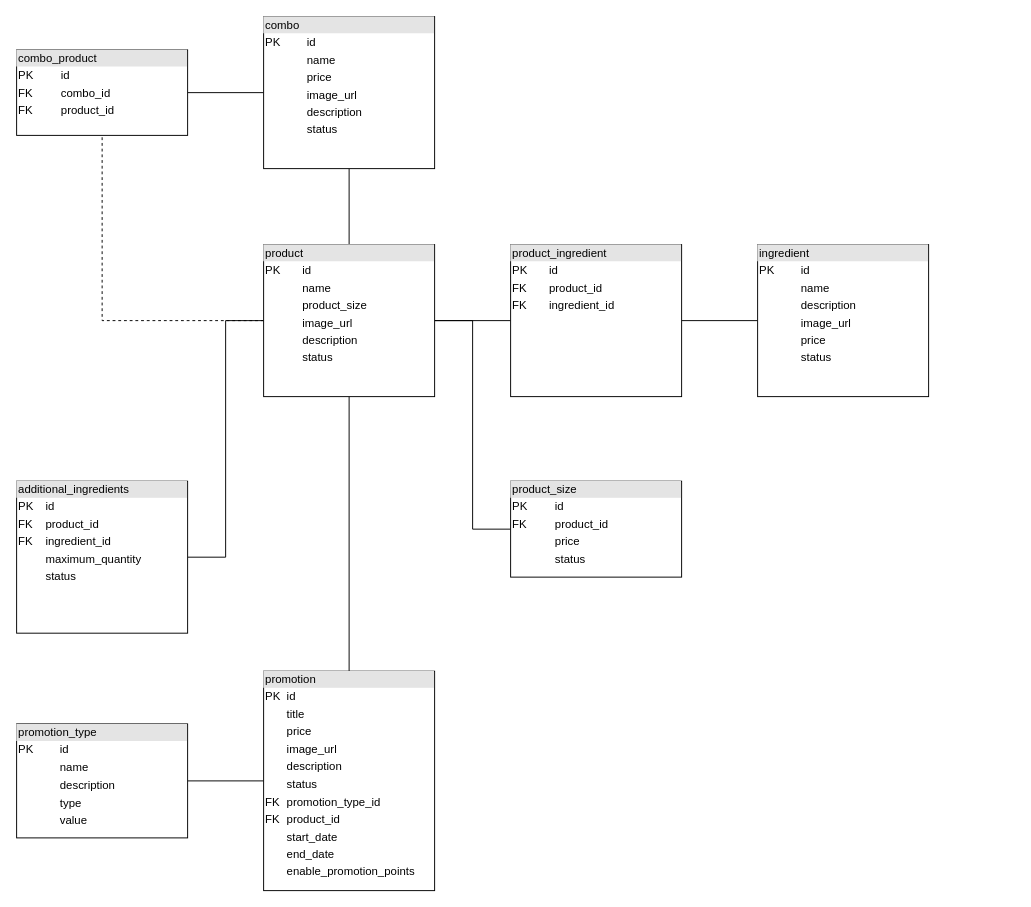
Before: page "Products" (2 of 3) of docs/data-modeling/data_modeling.drawio in doda-s/nippon-ten, a draw.io diagram. Source tidied: cells renumbered, new cells numbered last; positions are measured from the earlier drawing's top-left corner, leaving out a move shared by most shapes. Both pictures are drawn from the tidied source at 95%, with x=0, y=0 at pixel (-12, -50).
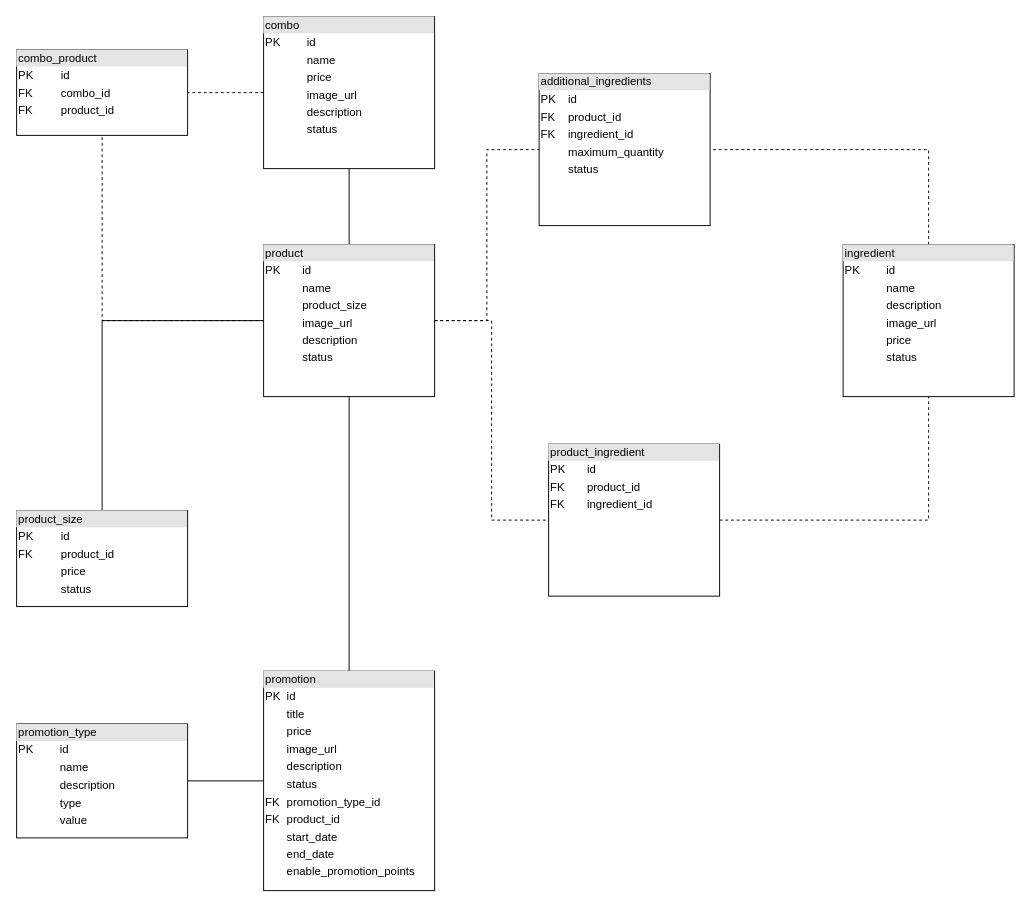
Above is the later version.

Commit message (it also covers changes not shown here):
docs: update data modeling

The change refers to these unchanged cells:
```xml
<mxCell id="8" value="&lt;div style=&quot;box-sizing: border-box; width: 100%; background: rgb(228, 228, 228); padding: 2px;&quot;&gt;product&lt;/div&gt;&lt;table style=&quot;width:100%;font-size:1em;&quot; cellpadding=&quot;2&quot; cellspacing=&quot;0&quot;&gt;&lt;tbody&gt;&lt;tr&gt;&lt;td&gt;PK&lt;/td&gt;&lt;td&gt;id&lt;/td&gt;&lt;/tr&gt;&lt;tr&gt;&lt;td&gt;&lt;br&gt;&lt;/td&gt;&lt;td&gt;name&lt;/td&gt;&lt;/tr&gt;&lt;tr&gt;&lt;td&gt;&lt;/td&gt;&lt;td&gt;product_size&lt;/td&gt;&lt;/tr&gt;&lt;tr&gt;&lt;td&gt;&lt;br&gt;&lt;/td&gt;&lt;td&gt;image_url&lt;/td&gt;&lt;/tr&gt;&lt;tr&gt;&lt;td&gt;&lt;br&gt;&lt;/td&gt;&lt;td&gt;description&lt;/td&gt;&lt;/tr&gt;&lt;tr&gt;&lt;td&gt;&lt;br&gt;&lt;/td&gt;&lt;td&gt;status&lt;/td&gt;&lt;/tr&gt;&lt;/tbody&gt;&lt;/table&gt;" style="verticalAlign=top;align=left;overflow=fill;html=1;whiteSpace=wrap;" parent="1" vertex="1">
  <mxGeometry x="290" y="310" width="180" height="160" as="geometry" />
</mxCell>
<mxCell id="17" value="&lt;div style=&quot;box-sizing: border-box; width: 100%; background: rgb(228, 228, 228); padding: 2px;&quot;&gt;combo&lt;/div&gt;&lt;table style=&quot;width:100%;font-size:1em;&quot; cellpadding=&quot;2&quot; cellspacing=&quot;0&quot;&gt;&lt;tbody&gt;&lt;tr&gt;&lt;td&gt;PK&lt;/td&gt;&lt;td&gt;id&lt;/td&gt;&lt;/tr&gt;&lt;tr&gt;&lt;td&gt;&lt;br&gt;&lt;/td&gt;&lt;td&gt;name&lt;/td&gt;&lt;/tr&gt;&lt;tr&gt;&lt;td&gt;&lt;/td&gt;&lt;td&gt;price&lt;/td&gt;&lt;/tr&gt;&lt;tr&gt;&lt;td&gt;&lt;br&gt;&lt;/td&gt;&lt;td&gt;image_url&lt;/td&gt;&lt;/tr&gt;&lt;tr&gt;&lt;td&gt;&lt;br&gt;&lt;/td&gt;&lt;td&gt;description&lt;/td&gt;&lt;/tr&gt;&lt;tr&gt;&lt;td&gt;&lt;br&gt;&lt;/td&gt;&lt;td&gt;status&lt;/td&gt;&lt;/tr&gt;&lt;/tbody&gt;&lt;/table&gt;" style="verticalAlign=top;align=left;overflow=fill;html=1;whiteSpace=wrap;" parent="1" vertex="1">
  <mxGeometry x="290" y="70" width="180" height="160" as="geometry" />
</mxCell>
<mxCell id="18" value="&lt;div style=&quot;box-sizing: border-box; width: 100%; background: rgb(228, 228, 228); padding: 2px;&quot;&gt;combo_product&lt;/div&gt;&lt;table style=&quot;width:100%;font-size:1em;&quot; cellpadding=&quot;2&quot; cellspacing=&quot;0&quot;&gt;&lt;tbody&gt;&lt;tr&gt;&lt;td&gt;PK&lt;/td&gt;&lt;td&gt;id&lt;/td&gt;&lt;/tr&gt;&lt;tr&gt;&lt;td&gt;FK&lt;/td&gt;&lt;td&gt;combo_id&lt;/td&gt;&lt;/tr&gt;&lt;tr&gt;&lt;td&gt;FK&lt;/td&gt;&lt;td&gt;product_id&lt;/td&gt;&lt;/tr&gt;&lt;/tbody&gt;&lt;/table&gt;" style="verticalAlign=top;align=left;overflow=fill;html=1;whiteSpace=wrap;" parent="1" vertex="1">
  <mxGeometry x="30" y="105" width="180" height="90" as="geometry" />
</mxCell>
```

Change to the diagram source:
```diff
@@
-    <mxCell id="2" style="edgeStyle=orthogonalEdgeStyle;rounded=0;jettySize=auto;html=1;endArrow=none;endFill=0;" parent="1" edge="1" source="8" target="10">
+    <mxCell id="2" style="edgeStyle=orthogonalEdgeStyle;rounded=0;jettySize=auto;html=1;endArrow=none;endFill=0;entryX=0;entryY=0.5;entryDx=0;entryDy=0;dashed=1;" parent="1" edge="1" source="8" target="10">
       <mxGeometry relative="1" as="geometry" />
     </mxCell>
@@
-    <mxCell id="6" style="edgeStyle=orthogonalEdgeStyle;rounded=0;jettySize=auto;html=1;entryX=1;entryY=0.5;entryDx=0;entryDy=0;endArrow=none;endFill=0;" parent="1" edge="1" source="8" target="19">
+    <mxCell id="6" style="edgeStyle=orthogonalEdgeStyle;rounded=0;jettySize=auto;html=1;entryX=0;entryY=0.5;entryDx=0;entryDy=0;endArrow=none;endFill=0;dashed=1;" parent="1" edge="1" source="8" target="19">
       <mxGeometry relative="1" as="geometry" />
     </mxCell>
-    <mxCell id="7" style="edgeStyle=orthogonalEdgeStyle;rounded=0;jettySize=auto;html=1;entryX=0;entryY=0.5;entryDx=0;entryDy=0;endArrow=none;endFill=0;" parent="1" edge="1" source="8" target="20">
+    <mxCell id="7" style="edgeStyle=orthogonalEdgeStyle;rounded=0;jettySize=auto;html=1;entryX=0.5;entryY=0;entryDx=0;entryDy=0;endArrow=none;endFill=0;" parent="1" edge="1" source="8" target="20">
       <mxGeometry relative="1" as="geometry" />
     </mxCell>
@@
-    <mxCell id="9" style="edgeStyle=orthogonalEdgeStyle;rounded=0;jettySize=auto;html=1;endArrow=none;endFill=0;" parent="1" edge="1" source="10" target="11">
+    <mxCell id="9" style="edgeStyle=orthogonalEdgeStyle;rounded=0;jettySize=auto;html=1;endArrow=none;endFill=0;dashed=1;" parent="1" edge="1" source="10" target="11">
       <mxGeometry relative="1" as="geometry" />
     </mxCell>
     <mxCell id="10" value="&lt;div style=&quot;box-sizing: border-box; width: 100%; background: rgb(228, 228, 228); padding: 2px;&quot;&gt;product_ingredient&lt;/div&gt;&lt;table style=&quot;width:100%;font-size:1em;&quot; cellpadding=&quot;2&quot; cellspacing=&quot;0&quot;&gt;&lt;tbody&gt;&lt;tr&gt;&lt;td&gt;PK&lt;/td&gt;&lt;td&gt;id&lt;/td&gt;&lt;/tr&gt;&lt;tr&gt;&lt;td&gt;FK&lt;/td&gt;&lt;td&gt;product_id&lt;/td&gt;&lt;/tr&gt;&lt;tr&gt;&lt;td&gt;FK&lt;/td&gt;&lt;td&gt;ingredient_id&lt;/td&gt;&lt;/tr&gt;&lt;tr&gt;&lt;td&gt;&lt;br&gt;&lt;/td&gt;&lt;td&gt;&lt;br&gt;&lt;/td&gt;&lt;/tr&gt;&lt;tr&gt;&lt;td&gt;&lt;br&gt;&lt;/td&gt;&lt;td&gt;&lt;br&gt;&lt;/td&gt;&lt;/tr&gt;&lt;tr&gt;&lt;td&gt;&lt;br&gt;&lt;/td&gt;&lt;td&gt;&lt;br&gt;&lt;/td&gt;&lt;/tr&gt;&lt;/tbody&gt;&lt;/table&gt;" style="verticalAlign=top;align=left;overflow=fill;html=1;whiteSpace=wrap;" parent="1" vertex="1">
-      <mxGeometry x="550" y="310" width="180" height="160" as="geometry" />
+      <mxGeometry x="590" y="520" width="180" height="160" as="geometry" />
     </mxCell>
+    <mxCell id="21" style="edgeStyle=orthogonalEdgeStyle;rounded=0;jettySize=auto;html=1;exitX=0.5;exitY=0;exitDx=0;exitDy=0;entryX=1;entryY=0.5;entryDx=0;entryDy=0;endArrow=none;endFill=0;dashed=1;" parent="1" edge="1" source="11" target="19">
+      <mxGeometry relative="1" as="geometry" />
+    </mxCell>
     <mxCell id="11" value="&lt;div style=&quot;box-sizing: border-box; width: 100%; background: rgb(228, 228, 228); padding: 2px;&quot;&gt;ingredient&lt;/div&gt;&lt;table style=&quot;width:100%;font-size:1em;&quot; cellpadding=&quot;2&quot; cellspacing=&quot;0&quot;&gt;&lt;tbody&gt;&lt;tr&gt;&lt;td&gt;PK&lt;/td&gt;&lt;td&gt;id&lt;/td&gt;&lt;/tr&gt;&lt;tr&gt;&lt;td&gt;&lt;br&gt;&lt;/td&gt;&lt;td&gt;name&lt;/td&gt;&lt;/tr&gt;&lt;tr&gt;&lt;td&gt;&lt;br&gt;&lt;/td&gt;&lt;td&gt;description&lt;/td&gt;&lt;/tr&gt;&lt;tr&gt;&lt;td&gt;&lt;br&gt;&lt;/td&gt;&lt;td&gt;image_url&lt;/td&gt;&lt;/tr&gt;&lt;tr&gt;&lt;td&gt;&lt;br&gt;&lt;/td&gt;&lt;td&gt;price&lt;/td&gt;&lt;/tr&gt;&lt;tr&gt;&lt;td&gt;&lt;br&gt;&lt;/td&gt;&lt;td&gt;status&lt;/td&gt;&lt;/tr&gt;&lt;/tbody&gt;&lt;/table&gt;" style="verticalAlign=top;align=left;overflow=fill;html=1;whiteSpace=wrap;" parent="1" vertex="1">
-      <mxGeometry x="810" y="310" width="180" height="160" as="geometry" />
+      <mxGeometry x="900" y="310" width="180" height="160" as="geometry" />
     </mxCell>
@@
-    <mxCell id="16" style="edgeStyle=orthogonalEdgeStyle;rounded=0;jettySize=auto;html=1;endArrow=none;endFill=0;" parent="1" edge="1" source="17" target="18">
+    <mxCell id="16" style="edgeStyle=orthogonalEdgeStyle;rounded=0;jettySize=auto;html=1;endArrow=none;endFill=0;dashed=1;" parent="1" edge="1" source="17" target="18">
       <mxGeometry relative="1" as="geometry" />
     </mxCell>
@@
     <mxCell id="19" value="&lt;div style=&quot;box-sizing: border-box; width: 100%; background: rgb(228, 228, 228); padding: 2px;&quot;&gt;&lt;span class=&quot;HwtZe&quot; lang=&quot;en&quot;&gt;additional_ingredients&lt;/span&gt;&lt;/div&gt;&lt;table style=&quot;width:100%;font-size:1em;&quot; cellpadding=&quot;2&quot; cellspacing=&quot;0&quot;&gt;&lt;tbody&gt;&lt;tr&gt;&lt;td&gt;PK&lt;/td&gt;&lt;td&gt;id&lt;/td&gt;&lt;/tr&gt;&lt;tr&gt;&lt;td&gt;FK&lt;/td&gt;&lt;td&gt;product_id&lt;/td&gt;&lt;/tr&gt;&lt;tr&gt;&lt;td&gt;FK&lt;/td&gt;&lt;td&gt;ingredient_id&lt;/td&gt;&lt;/tr&gt;&lt;tr&gt;&lt;td&gt;&lt;br&gt;&lt;/td&gt;&lt;td&gt;&lt;span class=&quot;HwtZe&quot; lang=&quot;en&quot;&gt;maximum_quantity&lt;/span&gt;&lt;/td&gt;&lt;/tr&gt;&lt;tr&gt;&lt;td&gt;&lt;br&gt;&lt;/td&gt;&lt;td&gt;status&lt;/td&gt;&lt;/tr&gt;&lt;/tbody&gt;&lt;/table&gt;" style="verticalAlign=top;align=left;overflow=fill;html=1;whiteSpace=wrap;" parent="1" vertex="1">
-      <mxGeometry x="30" y="559" width="180" height="160" as="geometry" />
+      <mxGeometry x="580" y="130" width="180" height="160" as="geometry" />
     </mxCell>
     <mxCell id="20" value="&lt;div style=&quot;box-sizing: border-box; width: 100%; background: rgb(228, 228, 228); padding: 2px;&quot;&gt;&lt;span class=&quot;HwtZe&quot; lang=&quot;en&quot;&gt;product_size&lt;/span&gt;&lt;/div&gt;&lt;table style=&quot;width:100%;font-size:1em;&quot; cellpadding=&quot;2&quot; cellspacing=&quot;0&quot;&gt;&lt;tbody&gt;&lt;tr&gt;&lt;td&gt;PK&lt;/td&gt;&lt;td&gt;id&lt;/td&gt;&lt;/tr&gt;&lt;tr&gt;&lt;td&gt;FK&lt;/td&gt;&lt;td&gt;product_id&lt;/td&gt;&lt;/tr&gt;&lt;tr&gt;&lt;td&gt;&lt;br&gt;&lt;/td&gt;&lt;td&gt;price&lt;/td&gt;&lt;/tr&gt;&lt;tr&gt;&lt;td&gt;&lt;br&gt;&lt;/td&gt;&lt;td&gt;status&lt;/td&gt;&lt;/tr&gt;&lt;/tbody&gt;&lt;/table&gt;" style="verticalAlign=top;align=left;overflow=fill;html=1;whiteSpace=wrap;" parent="1" vertex="1">
-      <mxGeometry x="550" y="559" width="180" height="101" as="geometry" />
+      <mxGeometry x="30" y="590" width="180" height="101" as="geometry" />
     </mxCell>
```
